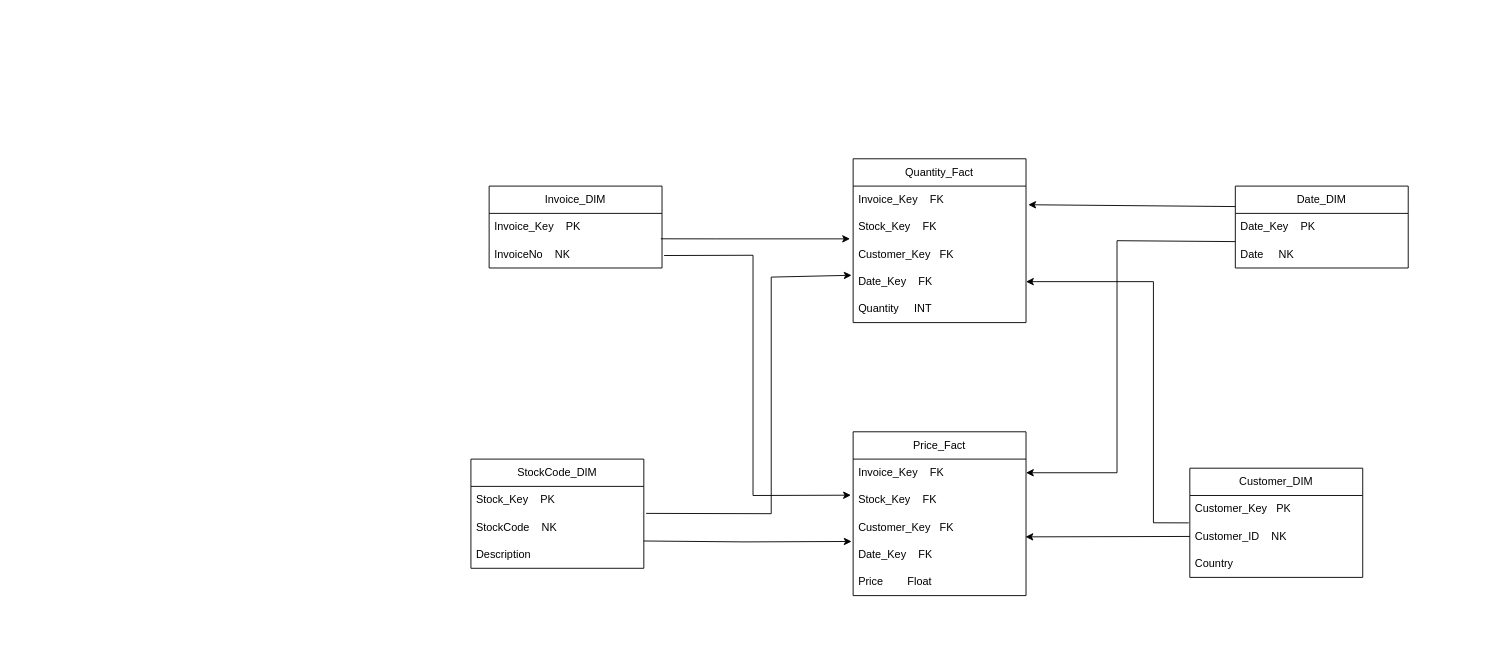
Earlier version of the draw.io diagram workflow.drawio (Nishan-k/6.Analyzing-an-E-commerce-data-by-building-a-data-warehouse). Source tidied: cells renumbered, new cells numbered last; positions are measured from the earlier drawing's top-left corner, leaving out a move shared by most shapes. Both pictures are drawn from the tidied source at 91%, with x=0, y=0 at pixel (470, 158). Pictures stored in the file or linked from it are replaced by grey dashed boxes.
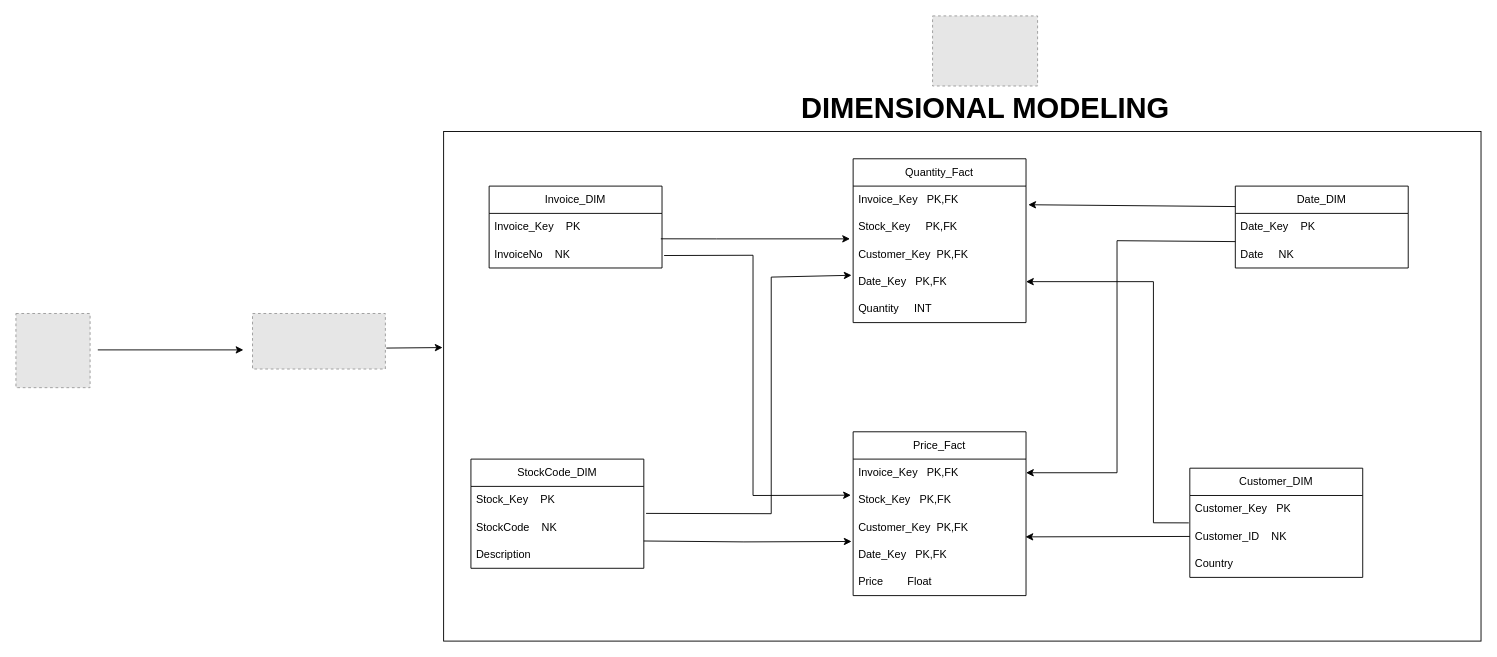
The same diagram, later.

Unchanged cells that the change refers to:
```xml
<mxCell id="16" value="Quantity_Fact" style="swimlane;fontStyle=0;horizontal=1;startSize=30;whiteSpace=wrap;html=1;" parent="1" vertex="1">
  <mxGeometry x="420" width="190" height="180" as="geometry" />
</mxCell>
<mxCell id="22" value="Price_Fact" style="swimlane;fontStyle=0;horizontal=1;startSize=30;whiteSpace=wrap;html=1;" parent="1" vertex="1">
  <mxGeometry x="420" y="300" width="190" height="180" as="geometry" />
</mxCell>
```

The edit, as a diff of the source:
```diff
@@
+    <mxCell id="36" style="rounded=0;whiteSpace=wrap;html=1;" parent="1" vertex="1">
+      <mxGeometry x="-30" y="-30" width="1140" height="560" as="geometry" />
+    </mxCell>
@@
-    <mxCell id="17" value="Invoice_Key&lt;span style=&quot;white-space: pre;&quot;&gt; &lt;/span&gt;&lt;span style=&quot;white-space: pre;&quot;&gt; &lt;/span&gt;&lt;span style=&quot;white-space: pre;&quot;&gt; &lt;/span&gt;&lt;span style=&quot;white-space: pre;&quot;&gt; &lt;/span&gt;FK" style="text;strokeColor=none;fillColor=none;align=left;verticalAlign=middle;spacingLeft=4;spacingRight=4;overflow=hidden;points=[[0,0.5],[1,0.5]];portConstraint=eastwest;whiteSpace=wrap;html=1;" parent="16" vertex="1">
+    <mxCell id="17" value="Invoice_Key&lt;span style=&quot;white-space: pre;&quot;&gt; &lt;/span&gt;&lt;span style=&quot;white-space: pre;&quot;&gt; &lt;/span&gt;&lt;span style=&quot;white-space: pre;&quot;&gt; &lt;/span&gt;PK,FK" style="text;strokeColor=none;fillColor=none;align=left;verticalAlign=middle;spacingLeft=4;spacingRight=4;overflow=hidden;points=[[0,0.5],[1,0.5]];portConstraint=eastwest;whiteSpace=wrap;html=1;" parent="16" vertex="1">
       <mxGeometry y="30" width="190" height="30" as="geometry" />
     </mxCell>
-    <mxCell id="18" value="Stock_Key&lt;span style=&quot;white-space: pre;&quot;&gt; &lt;/span&gt;&lt;span style=&quot;white-space: pre;&quot;&gt; &lt;/span&gt;&lt;span style=&quot;white-space: pre;&quot;&gt; &lt;/span&gt;&lt;span style=&quot;white-space: pre;&quot;&gt; &lt;/span&gt;FK" style="text;strokeColor=none;fillColor=none;align=left;verticalAlign=middle;spacingLeft=4;spacingRight=4;overflow=hidden;points=[[0,0.5],[1,0.5]];portConstraint=eastwest;whiteSpace=wrap;html=1;" parent="16" vertex="1">
+    <mxCell id="18" value="Stock_Key&lt;span style=&quot;&quot;&gt; &lt;span style=&quot;white-space: pre;&quot;&gt; &lt;/span&gt;&lt;span style=&quot;white-space: pre;&quot;&gt; &lt;/span&gt;&lt;span style=&quot;white-space: pre;&quot;&gt; &lt;/span&gt;&lt;/span&gt;&lt;span style=&quot;&quot;&gt; &lt;/span&gt;&lt;span style=&quot;&quot;&gt; &lt;/span&gt;PK,FK&lt;span style=&quot;&quot;&gt; &lt;/span&gt;&lt;span style=&quot;&quot;&gt; &lt;/span&gt;&lt;span style=&quot;&quot;&gt; &lt;/span&gt;&lt;span style=&quot;&quot;&gt; &lt;/span&gt;" style="text;strokeColor=none;fillColor=none;align=left;verticalAlign=middle;spacingLeft=4;spacingRight=4;overflow=hidden;points=[[0,0.5],[1,0.5]];portConstraint=eastwest;whiteSpace=wrap;html=1;" parent="16" vertex="1">
       <mxGeometry y="60" width="190" height="30" as="geometry" />
     </mxCell>
-    <mxCell id="19" value="Customer_Key&lt;span style=&quot;white-space: pre;&quot;&gt; &lt;/span&gt;&lt;span style=&quot;white-space: pre;&quot;&gt; &lt;/span&gt;&lt;span style=&quot;white-space: pre;&quot;&gt; &lt;/span&gt;FK" style="text;strokeColor=none;fillColor=none;align=left;verticalAlign=middle;spacingLeft=4;spacingRight=4;overflow=hidden;whiteSpace=wrap;html=1;" parent="16" vertex="1">
+    <mxCell id="19" value="Customer_Key&lt;span style=&quot;white-space: pre;&quot;&gt; &lt;/span&gt;&lt;span style=&quot;white-space: pre;&quot;&gt; &lt;/span&gt;PK,FK" style="text;strokeColor=none;fillColor=none;align=left;verticalAlign=middle;spacingLeft=4;spacingRight=4;overflow=hidden;whiteSpace=wrap;html=1;" parent="16" vertex="1">
       <mxGeometry y="90" width="190" height="30" as="geometry" />
     </mxCell>
-    <mxCell id="20" value="Date_Key&lt;span style=&quot;white-space: pre;&quot;&gt; &lt;/span&gt;&lt;span style=&quot;white-space: pre;&quot;&gt; &lt;/span&gt;&lt;span style=&quot;white-space: pre;&quot;&gt; &lt;/span&gt;&lt;span style=&quot;white-space: pre;&quot;&gt; &lt;/span&gt;FK" style="text;strokeColor=none;fillColor=none;align=left;verticalAlign=middle;spacingLeft=4;spacingRight=4;overflow=hidden;points=[[0,0.5],[1,0.5]];portConstraint=eastwest;whiteSpace=wrap;html=1;" parent="16" vertex="1">
+    <mxCell id="20" value="Date_Key&lt;span style=&quot;white-space: pre;&quot;&gt; &lt;/span&gt;&lt;span style=&quot;white-space: pre;&quot;&gt; &lt;/span&gt;&lt;span style=&quot;white-space: pre;&quot;&gt; &lt;/span&gt;PK,FK" style="text;strokeColor=none;fillColor=none;align=left;verticalAlign=middle;spacingLeft=4;spacingRight=4;overflow=hidden;points=[[0,0.5],[1,0.5]];portConstraint=eastwest;whiteSpace=wrap;html=1;" parent="16" vertex="1">
       <mxGeometry y="120" width="190" height="30" as="geometry" />
     </mxCell>
@@
-    <mxCell id="23" value="Invoice_Key&lt;span style=&quot;white-space: pre;&quot;&gt; &lt;/span&gt;&lt;span style=&quot;white-space: pre;&quot;&gt; &lt;/span&gt;&lt;span style=&quot;white-space: pre;&quot;&gt; &lt;/span&gt;&lt;span style=&quot;white-space: pre;&quot;&gt; &lt;/span&gt;FK" style="text;strokeColor=none;fillColor=none;align=left;verticalAlign=middle;spacingLeft=4;spacingRight=4;overflow=hidden;points=[[0,0.5],[1,0.5]];portConstraint=eastwest;whiteSpace=wrap;html=1;" parent="22" vertex="1">
+    <mxCell id="23" value="Invoice_Key&lt;span style=&quot;white-space: pre;&quot;&gt; &lt;/span&gt;&lt;span style=&quot;white-space: pre;&quot;&gt; &lt;/span&gt;&lt;span style=&quot;white-space: pre;&quot;&gt; &lt;/span&gt;PK,FK" style="text;strokeColor=none;fillColor=none;align=left;verticalAlign=middle;spacingLeft=4;spacingRight=4;overflow=hidden;points=[[0,0.5],[1,0.5]];portConstraint=eastwest;whiteSpace=wrap;html=1;" parent="22" vertex="1">
       <mxGeometry y="30" width="190" height="30" as="geometry" />
     </mxCell>
-    <mxCell id="24" value="Stock_Key&lt;span style=&quot;white-space: pre;&quot;&gt; &lt;/span&gt;&lt;span style=&quot;white-space: pre;&quot;&gt; &lt;/span&gt;&lt;span style=&quot;white-space: pre;&quot;&gt; &lt;/span&gt;&lt;span style=&quot;white-space: pre;&quot;&gt; &lt;/span&gt;FK" style="text;strokeColor=none;fillColor=none;align=left;verticalAlign=middle;spacingLeft=4;spacingRight=4;overflow=hidden;points=[[0,0.5],[1,0.5]];portConstraint=eastwest;whiteSpace=wrap;html=1;" parent="22" vertex="1">
+    <mxCell id="24" value="Stock_Key&lt;span style=&quot;white-space: pre;&quot;&gt; &lt;/span&gt;&lt;span style=&quot;white-space: pre;&quot;&gt; &lt;/span&gt;&lt;span style=&quot;white-space: pre;&quot;&gt; &lt;/span&gt;PK,FK" style="text;strokeColor=none;fillColor=none;align=left;verticalAlign=middle;spacingLeft=4;spacingRight=4;overflow=hidden;points=[[0,0.5],[1,0.5]];portConstraint=eastwest;whiteSpace=wrap;html=1;" parent="22" vertex="1">
       <mxGeometry y="60" width="190" height="30" as="geometry" />
     </mxCell>
-    <mxCell id="25" value="Customer_Key&lt;span style=&quot;white-space: pre;&quot;&gt; &lt;/span&gt;&lt;span style=&quot;white-space: pre;&quot;&gt; &lt;/span&gt;&lt;span style=&quot;white-space: pre;&quot;&gt; &lt;/span&gt;FK" style="text;strokeColor=none;fillColor=none;align=left;verticalAlign=middle;spacingLeft=4;spacingRight=4;overflow=hidden;points=[[0,0.5],[1,0.5]];portConstraint=eastwest;whiteSpace=wrap;html=1;" parent="22" vertex="1">
+    <mxCell id="25" value="Customer_Key&lt;span style=&quot;white-space: pre;&quot;&gt; &lt;/span&gt;&lt;span style=&quot;white-space: pre;&quot;&gt; &lt;/span&gt;PK,FK" style="text;strokeColor=none;fillColor=none;align=left;verticalAlign=middle;spacingLeft=4;spacingRight=4;overflow=hidden;points=[[0,0.5],[1,0.5]];portConstraint=eastwest;whiteSpace=wrap;html=1;" parent="22" vertex="1">
       <mxGeometry y="90" width="190" height="30" as="geometry" />
     </mxCell>
-    <mxCell id="26" value="Date_Key&lt;span style=&quot;white-space: pre;&quot;&gt; &lt;/span&gt;&lt;span style=&quot;white-space: pre;&quot;&gt; &lt;/span&gt;&lt;span style=&quot;white-space: pre;&quot;&gt; &lt;/span&gt;&lt;span style=&quot;white-space: pre;&quot;&gt; &lt;/span&gt;FK" style="text;strokeColor=none;fillColor=none;align=left;verticalAlign=middle;spacingLeft=4;spacingRight=4;overflow=hidden;points=[[0,0.5],[1,0.5]];portConstraint=eastwest;whiteSpace=wrap;html=1;" parent="22" vertex="1">
+    <mxCell id="26" value="Date_Key&lt;span style=&quot;white-space: pre;&quot;&gt; &lt;/span&gt;&lt;span style=&quot;white-space: pre;&quot;&gt; &lt;/span&gt;&lt;span style=&quot;white-space: pre;&quot;&gt; &lt;/span&gt;PK,FK" style="text;strokeColor=none;fillColor=none;align=left;verticalAlign=middle;spacingLeft=4;spacingRight=4;overflow=hidden;points=[[0,0.5],[1,0.5]];portConstraint=eastwest;whiteSpace=wrap;html=1;" parent="22" vertex="1">
       <mxGeometry y="120" width="190" height="30" as="geometry" />
     </mxCell>
@@
+    <mxCell id="37" style="fillColor=#E6E6E6;strokeColor=#999999;dashed=1;verticalLabelPosition=bottom;verticalAlign=top;" parent="1" vertex="1">
+      <mxGeometry x="507.3" y="-157" width="115.4" height="77" as="geometry" />
+    </mxCell>
+    <mxCell id="38" style="fillColor=#E6E6E6;strokeColor=#999999;dashed=1;verticalLabelPosition=bottom;verticalAlign=top;" parent="1" vertex="1">
+      <mxGeometry x="-500" y="170" width="81.5" height="81.5" as="geometry" />
+    </mxCell>
+    <mxCell id="39" style="fillColor=#E6E6E6;strokeColor=#999999;dashed=1;verticalLabelPosition=bottom;verticalAlign=top;" parent="1" vertex="1">
+      <mxGeometry x="-240" y="170" width="146" height="61" as="geometry" />
+    </mxCell>
+    <mxCell id="40" style="endArrow=classic;html=1;rounded=0;" parent="1" edge="1">
+      <mxGeometry relative="1" as="geometry">
+        <mxPoint x="-410" y="210" as="sourcePoint" />
+        <mxPoint x="-250" y="210" as="targetPoint" />
+      </mxGeometry>
+    </mxCell>
+    <mxCell id="41" style="endArrow=classic;html=1;rounded=0;exitX=1.007;exitY=0.623;exitDx=0;exitDy=0;exitPerimeter=0;entryX=-0.001;entryY=0.424;entryDx=0;entryDy=0;entryPerimeter=0;" parent="1" edge="1" source="39" target="36">
+      <mxGeometry relative="1" as="geometry" />
+    </mxCell>
+    <mxCell id="42" value="&lt;b&gt;&lt;font style=&quot;font-size: 32px;&quot;&gt;DIMENSIONAL MODELING&lt;/font&gt;&lt;/b&gt;" style="text;html=1;align=center;verticalAlign=middle;strokeColor=none;fillColor=none;" parent="1" vertex="1">
+      <mxGeometry x="350" y="-80" width="430" height="50" as="geometry" />
+    </mxCell>
```
